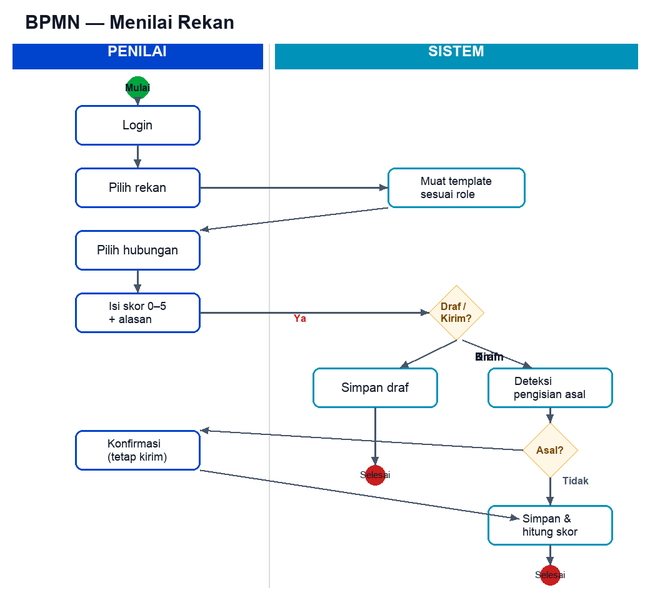
Earlier version of the BPMN export docs/bpmn/01-menilai-rekan.png (dhenta312/hackathon-appraisal). Its source is kept beside it as docs/bpmn/01-menilai-rekan.bpmn. Ids are renumbered.
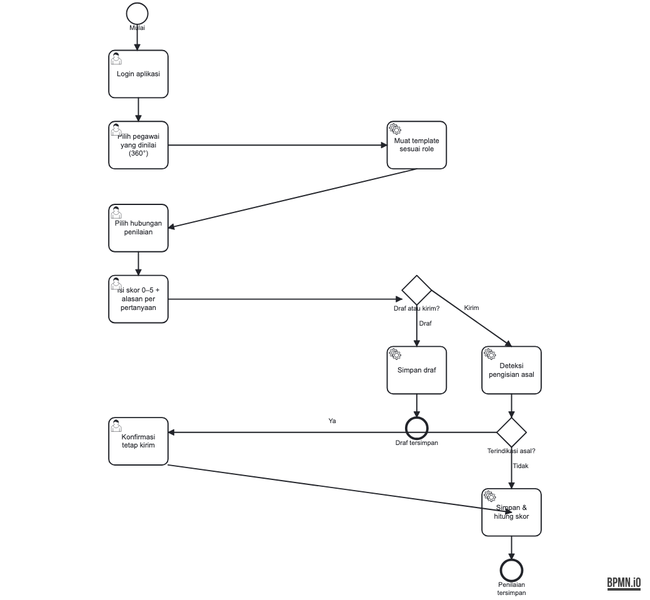
The same diagram one commit later.

Commit message:
docs: sync appraisal docs + add BPMN (melihat hasil) & test report

What changed in the source:
```diff
@@ -40,7 +40,7 @@
       <bpmn:outgoing>Flow_2</bpmn:outgoing>
     </bpmn:userTask>
 
-    <bpmn:userTask id="T_PilihRekan" name="Pilih rekan yang dinilai">
+    <bpmn:userTask id="T_PilihRekan" name="Pilih pegawai yang dinilai (360°)">
       <bpmn:incoming>Flow_2</bpmn:incoming>
       <bpmn:outgoing>Flow_3</bpmn:outgoing>
     </bpmn:userTask>
@@ -55,7 +55,7 @@
       <bpmn:outgoing>Flow_5</bpmn:outgoing>
     </bpmn:userTask>
 
-    <bpmn:userTask id="T_IsiSkor" name="Isi skor 0–5 + alasan per komponen">
+    <bpmn:userTask id="T_IsiSkor" name="Isi skor 0–5 + alasan per pertanyaan">
       <bpmn:incoming>Flow_5</bpmn:incoming>
       <bpmn:outgoing>Flow_6</bpmn:outgoing>
     </bpmn:userTask>
```
